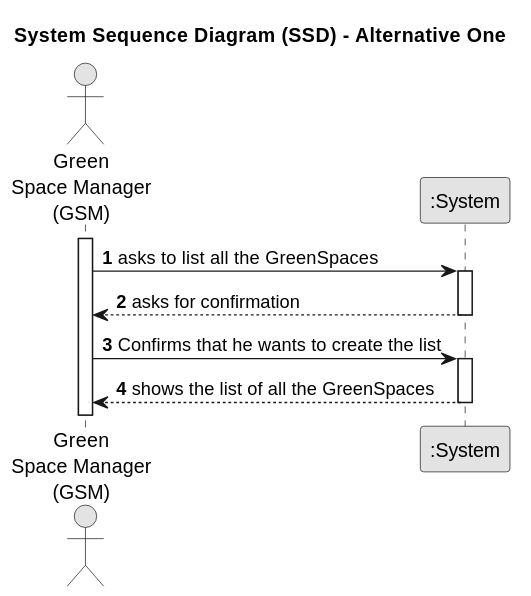
Earlier version of the PlantUML export docs/sprintC/us027/01.requirements-engineering/svg/us027-system-sequence-diagram-alternative-one.svg (diogoveirospro/lei-24-s2-1dg-g072). Source of this version:
```plantuml
@startuml
skinparam monochrome true
skinparam packageStyle rectangle
skinparam shadowing false

title System Sequence Diagram (SSD) - Alternative One

autonumber

actor "Green\nSpace Manager\n(GSM)" as Employee
participant ":System" as System

activate Employee

    Employee -> System : asks to list all the GreenSpaces
    activate System

        System --> Employee : asks for confirmation
    deactivate System
    Employee -> System : Confirms that he wants to create the list
        activate System

            System --> Employee : shows the list of all the GreenSpaces
        deactivate System
@enduml
```
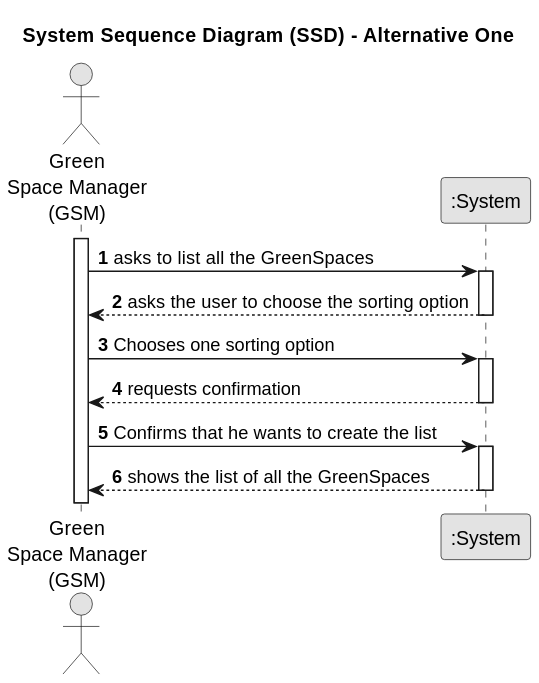
Later version of the same file.

Change to the diagram source:
```diff
@@ -15,8 +15,15 @@
     Employee -> System : asks to list all the GreenSpaces
     activate System
 
-        System --> Employee : asks for confirmation
+        System --> Employee : asks the user to choose the sorting option
     deactivate System
+
+    Employee -> System : Chooses one sorting option
+    activate System
+
+        System --> Employee : requests confirmation
+    deactivate System
+
     Employee -> System : Confirms that he wants to create the list
         activate System
 
```
